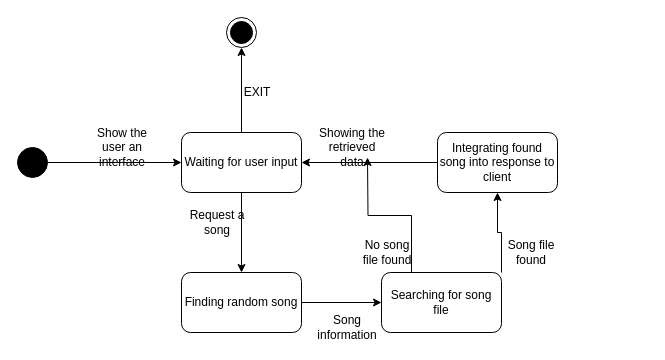
This is STD-user.drawio from Ewangelina/KonteneryMuzyki, a draw.io file, before an edit. Source tidied: cells renumbered, new cells numbered last; positions are measured from the earlier drawing's top-left corner, leaving out a move shared by most shapes. Both pictures are drawn from the tidied source at 100%, with x=0, y=0 at pixel (17, 17).
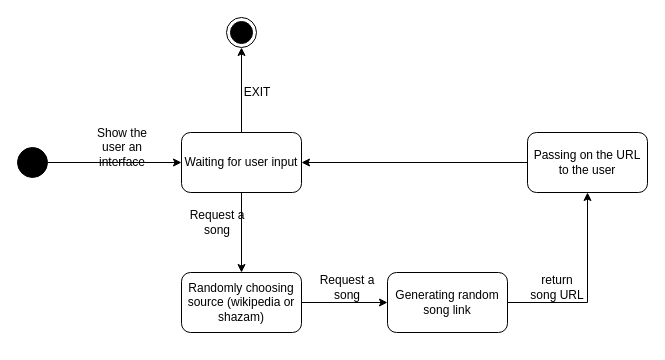
After the change.

The change refers to these unchanged cells:
```xml
<mxCell id="6" value="Waiting for user input" style="rounded=1;whiteSpace=wrap;html=1;" parent="1" vertex="1">
  <mxGeometry x="164" y="115" width="120" height="60" as="geometry" />
</mxCell>
```

Diff of the diagram source:
```diff
@@
-    <mxCell id="7" style="edgeStyle=orthogonalEdgeStyle;rounded=0;jettySize=auto;html=1;" parent="1" edge="1" source="8" target="11">
+    <mxCell id="7" style="edgeStyle=orthogonalEdgeStyle;rounded=0;jettySize=auto;html=1;entryX=0;entryY=0.5;entryDx=0;entryDy=0;" parent="1" edge="1" source="8" target="23">
       <mxGeometry relative="1" as="geometry" />
     </mxCell>
-    <mxCell id="8" value="Finding random song" style="whiteSpace=wrap;html=1;rounded=1;" parent="1" vertex="1">
+    <mxCell id="8" value="Randomly choosing source (wikipedia or shazam)" style="whiteSpace=wrap;html=1;rounded=1;" parent="1" vertex="1">
       <mxGeometry x="164" y="255" width="120" height="60" as="geometry" />
     </mxCell>
-    <mxCell id="9" style="edgeStyle=orthogonalEdgeStyle;rounded=0;jettySize=auto;html=1;exitX=1;exitY=0;exitDx=0;exitDy=0;entryX=0.5;entryY=1;entryDx=0;entryDy=0;" parent="1" edge="1" source="11" target="13">
-      <mxGeometry relative="1" as="geometry" />
-    </mxCell>
-    <mxCell id="10" style="edgeStyle=orthogonalEdgeStyle;rounded=0;jettySize=auto;html=1;exitX=0.25;exitY=0;exitDx=0;exitDy=0;" parent="1" edge="1" source="11">
-      <mxGeometry relative="1" as="geometry">
-        <mxPoint x="350" y="140" as="targetPoint" />
-      </mxGeometry>
-    </mxCell>
-    <mxCell id="11" value="Searching for song file" style="whiteSpace=wrap;html=1;rounded=1;" parent="1" vertex="1">
-      <mxGeometry x="364" y="255" width="120" height="60" as="geometry" />
-    </mxCell>
-    <mxCell id="12" style="edgeStyle=orthogonalEdgeStyle;rounded=0;jettySize=auto;html=1;exitX=0;exitY=0.5;exitDx=0;exitDy=0;entryX=1;entryY=0.5;entryDx=0;entryDy=0;" parent="1" edge="1" source="13" target="6">
+    <mxCell id="12" style="edgeStyle=orthogonalEdgeStyle;rounded=0;jettySize=auto;html=1;exitX=0;exitY=0.5;exitDx=0;exitDy=0;entryX=1;entryY=0.5;entryDx=0;entryDy=0;" parent="1" edge="1" source="25" target="6">
       <mxGeometry relative="1" as="geometry" />
     </mxCell>
-    <mxCell id="13" value="Integrating found song into response to client" style="rounded=1;whiteSpace=wrap;html=1;" parent="1" vertex="1">
-      <mxGeometry x="420" y="115" width="120" height="60" as="geometry" />
-    </mxCell>
@@
-    <mxCell id="15" value="No song file found" style="text;html=1;strokeColor=none;fillColor=none;align=center;verticalAlign=middle;whiteSpace=wrap;rounded=0;" parent="1" vertex="1">
-      <mxGeometry x="340" y="220" width="60" height="30" as="geometry" />
-    </mxCell>
-    <mxCell id="16" value="Song file found" style="text;html=1;strokeColor=none;fillColor=none;align=center;verticalAlign=middle;whiteSpace=wrap;rounded=0;" parent="1" vertex="1">
-      <mxGeometry x="484" y="220" width="60" height="30" as="geometry" />
-    </mxCell>
@@
-    <mxCell id="18" value="Song information" style="text;html=1;strokeColor=none;fillColor=none;align=center;verticalAlign=middle;whiteSpace=wrap;rounded=0;" parent="1" vertex="1">
-      <mxGeometry x="300" y="295" width="60" height="30" as="geometry" />
-    </mxCell>
@@
-    <mxCell id="21" value="Showing the retrieved data" style="text;html=1;strokeColor=none;fillColor=none;align=center;verticalAlign=middle;whiteSpace=wrap;rounded=0;" parent="1" vertex="1">
-      <mxGeometry x="300" y="115" width="70" height="30" as="geometry" />
-    </mxCell>
+    <mxCell id="22" style="edgeStyle=orthogonalEdgeStyle;rounded=0;jettySize=auto;html=1;exitX=1;exitY=0.5;exitDx=0;exitDy=0;entryX=0.5;entryY=1;entryDx=0;entryDy=0;" parent="1" edge="1" source="23" target="25">
+      <mxGeometry relative="1" as="geometry" />
+    </mxCell>
+    <mxCell id="23" value="Generating random song link" style="rounded=1;whiteSpace=wrap;html=1;" parent="1" vertex="1">
+      <mxGeometry x="370" y="255" width="120" height="60" as="geometry" />
+    </mxCell>
+    <mxCell id="24" value="Request a song" style="text;html=1;strokeColor=none;fillColor=none;align=center;verticalAlign=middle;whiteSpace=wrap;rounded=0;" parent="1" vertex="1">
+      <mxGeometry x="300" y="255" width="60" height="30" as="geometry" />
+    </mxCell>
+    <mxCell id="25" value="Passing on the URL to the user" style="rounded=1;whiteSpace=wrap;html=1;" parent="1" vertex="1">
+      <mxGeometry x="510" y="115" width="120" height="60" as="geometry" />
+    </mxCell>
+    <mxCell id="26" value="return song URL" style="text;html=1;strokeColor=none;fillColor=none;align=center;verticalAlign=middle;whiteSpace=wrap;rounded=0;" parent="1" vertex="1">
+      <mxGeometry x="510" y="255" width="60" height="30" as="geometry" />
+    </mxCell>
```
